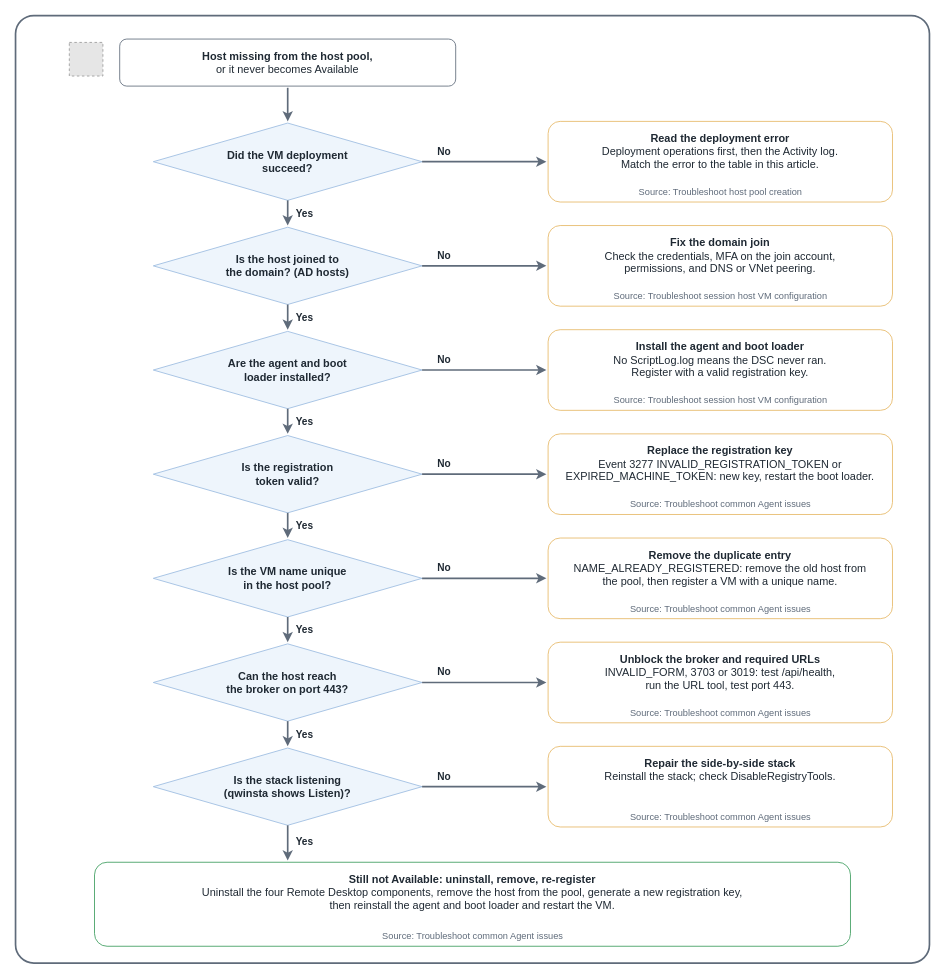
The draw.io diagram src/img/avd/troubleshoot-host-pool-registration-failures.drawio in AddySidd27/cloud-ai-notes, before the edit. Source tidied: cells renumbered, new cells numbered last; positions are measured from the earlier drawing's top-left corner, leaving out a move shared by most shapes. Both pictures are drawn from the tidied source at 84%, with x=0, y=0 at pixel (15, 15). Pictures stored in the file or linked from it are replaced by grey dashed boxes.
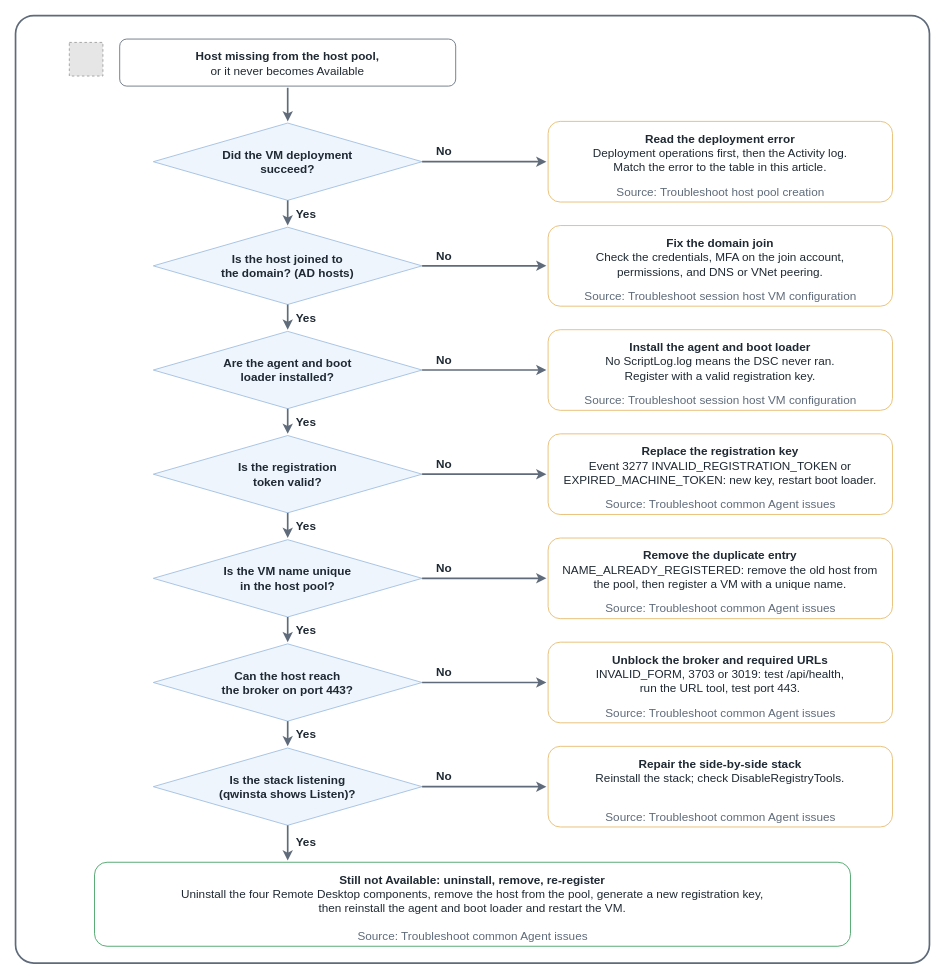
The same page after the edit.

Change to the diagram source:
```diff
@@
-    <mxCell id="4" value="&lt;b&gt;Host missing from the host pool,&lt;/b&gt;&lt;br&gt;or it never becomes Available" style="rounded=1;whiteSpace=wrap;html=1;fillColor=#ffffff;strokeColor=#5f6b7a;fontSize=13;fontColor=#1f2933;verticalAlign=top;spacingTop=6;" parent="1" vertex="1">
+    <mxCell id="4" value="&lt;b&gt;Host missing from the host pool,&lt;/b&gt;&lt;br&gt;or it never becomes Available" style="rounded=1;whiteSpace=wrap;html=1;fillColor=#ffffff;strokeColor=#5f6b7a;fontSize=14;fontColor=#1f2933;verticalAlign=top;spacingTop=6;" parent="1" vertex="1">
       <mxGeometry x="124" y="28" width="400" height="56" as="geometry" />
     </mxCell>
@@
-    <mxCell id="6" value="&lt;b&gt;Did the VM deployment&lt;br&gt;succeed?&lt;/b&gt;" style="rhombus;whiteSpace=wrap;html=1;fillColor=#eef5fc;strokeColor=#9bbbe0;fontSize=13;fontColor=#1f2933;" parent="1" vertex="1">
+    <mxCell id="6" value="&lt;b&gt;Did the VM deployment&lt;br&gt;succeed?&lt;/b&gt;" style="rhombus;whiteSpace=wrap;html=1;fillColor=#eef5fc;strokeColor=#9bbbe0;fontSize=14;fontColor=#1f2933;" parent="1" vertex="1">
       <mxGeometry x="164" y="128" width="320" height="92" as="geometry" />
     </mxCell>
-    <mxCell id="7" value="&lt;b&gt;Read the deployment error&lt;/b&gt;&lt;br&gt;Deployment operations first, then the Activity log.&lt;br&gt;Match the error to the table in this article." style="rounded=1;whiteSpace=wrap;html=1;fillColor=#ffffff;strokeColor=#e6b866;fontSize=13;fontColor=#1f2933;verticalAlign=top;spacingTop=6;" parent="1" vertex="1">
+    <mxCell id="7" value="&lt;b&gt;Read the deployment error&lt;/b&gt;&lt;br&gt;Deployment operations first, then the Activity log.&lt;br&gt;Match the error to the table in this article." style="rounded=1;whiteSpace=wrap;html=1;fillColor=#ffffff;strokeColor=#e6b866;fontSize=14;fontColor=#1f2933;verticalAlign=top;spacingTop=6;" parent="1" vertex="1">
       <mxGeometry x="634" y="126" width="410" height="96" as="geometry" />
     </mxCell>
-    <mxCell id="8" value="Source: Troubleshoot host pool creation" style="text;html=1;align=center;verticalAlign=middle;fontSize=11;fontColor=#5f6b7a;" parent="1" vertex="1">
+    <mxCell id="8" value="Source: Troubleshoot host pool creation" style="text;html=1;align=center;verticalAlign=middle;fontSize=14;fontColor=#5f6b7a;" parent="1" vertex="1">
       <mxGeometry x="634" y="198" width="410" height="24" as="geometry" />
     </mxCell>
@@
-    <mxCell id="10" value="&lt;b&gt;No&lt;/b&gt;" style="text;html=1;align=center;verticalAlign=middle;fontSize=12;fontColor=#1f2933;" parent="1" vertex="1">
+    <mxCell id="10" value="&lt;b&gt;No&lt;/b&gt;" style="text;html=1;align=center;verticalAlign=middle;fontSize=14;fontColor=#1f2933;" parent="1" vertex="1">
       <mxGeometry x="490" y="150" width="40" height="24" as="geometry" />
     </mxCell>
@@
-    <mxCell id="12" value="&lt;b&gt;Yes&lt;/b&gt;" style="text;html=1;align=left;verticalAlign=middle;fontSize=12;fontColor=#1f2933;" parent="1" vertex="1">
+    <mxCell id="12" value="&lt;b&gt;Yes&lt;/b&gt;" style="text;html=1;align=left;verticalAlign=middle;fontSize=14;fontColor=#1f2933;" parent="1" vertex="1">
       <mxGeometry x="332" y="224" width="40" height="24" as="geometry" />
     </mxCell>
-    <mxCell id="13" value="&lt;b&gt;Is the host joined to&lt;br&gt;the domain? (AD hosts)&lt;/b&gt;" style="rhombus;whiteSpace=wrap;html=1;fillColor=#eef5fc;strokeColor=#9bbbe0;fontSize=13;fontColor=#1f2933;" parent="1" vertex="1">
+    <mxCell id="13" value="&lt;b&gt;Is the host joined to&lt;br&gt;the domain? (AD hosts)&lt;/b&gt;" style="rhombus;whiteSpace=wrap;html=1;fillColor=#eef5fc;strokeColor=#9bbbe0;fontSize=14;fontColor=#1f2933;" parent="1" vertex="1">
       <mxGeometry x="164" y="252" width="320" height="92" as="geometry" />
     </mxCell>
-    <mxCell id="14" value="&lt;b&gt;Fix the domain join&lt;/b&gt;&lt;br&gt;Check the credentials, MFA on the join account,&lt;br&gt;permissions, and DNS or VNet peering." style="rounded=1;whiteSpace=wrap;html=1;fillColor=#ffffff;strokeColor=#e6b866;fontSize=13;fontColor=#1f2933;verticalAlign=top;spacingTop=6;" parent="1" vertex="1">
+    <mxCell id="14" value="&lt;b&gt;Fix the domain join&lt;/b&gt;&lt;br&gt;Check the credentials, MFA on the join account,&lt;br&gt;permissions, and DNS or VNet peering." style="rounded=1;whiteSpace=wrap;html=1;fillColor=#ffffff;strokeColor=#e6b866;fontSize=14;fontColor=#1f2933;verticalAlign=top;spacingTop=6;" parent="1" vertex="1">
       <mxGeometry x="634" y="250" width="410" height="96" as="geometry" />
     </mxCell>
-    <mxCell id="15" value="Source: Troubleshoot session host VM configuration" style="text;html=1;align=center;verticalAlign=middle;fontSize=11;fontColor=#5f6b7a;" parent="1" vertex="1">
+    <mxCell id="15" value="Source: Troubleshoot session host VM configuration" style="text;html=1;align=center;verticalAlign=middle;fontSize=14;fontColor=#5f6b7a;" parent="1" vertex="1">
       <mxGeometry x="634" y="322" width="410" height="24" as="geometry" />
     </mxCell>
@@
-    <mxCell id="17" value="&lt;b&gt;No&lt;/b&gt;" style="text;html=1;align=center;verticalAlign=middle;fontSize=12;fontColor=#1f2933;" parent="1" vertex="1">
+    <mxCell id="17" value="&lt;b&gt;No&lt;/b&gt;" style="text;html=1;align=center;verticalAlign=middle;fontSize=14;fontColor=#1f2933;" parent="1" vertex="1">
       <mxGeometry x="490" y="274" width="40" height="24" as="geometry" />
     </mxCell>
@@
-    <mxCell id="19" value="&lt;b&gt;Yes&lt;/b&gt;" style="text;html=1;align=left;verticalAlign=middle;fontSize=12;fontColor=#1f2933;" parent="1" vertex="1">
+    <mxCell id="19" value="&lt;b&gt;Yes&lt;/b&gt;" style="text;html=1;align=left;verticalAlign=middle;fontSize=14;fontColor=#1f2933;" parent="1" vertex="1">
       <mxGeometry x="332" y="348" width="40" height="24" as="geometry" />
     </mxCell>
-    <mxCell id="20" value="&lt;b&gt;Are the agent and boot&lt;br&gt;loader installed?&lt;/b&gt;" style="rhombus;whiteSpace=wrap;html=1;fillColor=#eef5fc;strokeColor=#9bbbe0;fontSize=13;fontColor=#1f2933;" parent="1" vertex="1">
+    <mxCell id="20" value="&lt;b&gt;Are the agent and boot&lt;br&gt;loader installed?&lt;/b&gt;" style="rhombus;whiteSpace=wrap;html=1;fillColor=#eef5fc;strokeColor=#9bbbe0;fontSize=14;fontColor=#1f2933;" parent="1" vertex="1">
       <mxGeometry x="164" y="376" width="320" height="92" as="geometry" />
     </mxCell>
-    <mxCell id="21" value="&lt;b&gt;Install the agent and boot loader&lt;/b&gt;&lt;br&gt;No ScriptLog.log means the DSC never ran.&lt;br&gt;Register with a valid registration key." style="rounded=1;whiteSpace=wrap;html=1;fillColor=#ffffff;strokeColor=#e6b866;fontSize=13;fontColor=#1f2933;verticalAlign=top;spacingTop=6;" parent="1" vertex="1">
+    <mxCell id="21" value="&lt;b&gt;Install the agent and boot loader&lt;/b&gt;&lt;br&gt;No ScriptLog.log means the DSC never ran.&lt;br&gt;Register with a valid registration key." style="rounded=1;whiteSpace=wrap;html=1;fillColor=#ffffff;strokeColor=#e6b866;fontSize=14;fontColor=#1f2933;verticalAlign=top;spacingTop=6;" parent="1" vertex="1">
       <mxGeometry x="634" y="374" width="410" height="96" as="geometry" />
     </mxCell>
-    <mxCell id="22" value="Source: Troubleshoot session host VM configuration" style="text;html=1;align=center;verticalAlign=middle;fontSize=11;fontColor=#5f6b7a;" parent="1" vertex="1">
+    <mxCell id="22" value="Source: Troubleshoot session host VM configuration" style="text;html=1;align=center;verticalAlign=middle;fontSize=14;fontColor=#5f6b7a;" parent="1" vertex="1">
       <mxGeometry x="634" y="446" width="410" height="24" as="geometry" />
     </mxCell>
@@
-    <mxCell id="24" value="&lt;b&gt;No&lt;/b&gt;" style="text;html=1;align=center;verticalAlign=middle;fontSize=12;fontColor=#1f2933;" parent="1" vertex="1">
+    <mxCell id="24" value="&lt;b&gt;No&lt;/b&gt;" style="text;html=1;align=center;verticalAlign=middle;fontSize=14;fontColor=#1f2933;" parent="1" vertex="1">
       <mxGeometry x="490" y="398" width="40" height="24" as="geometry" />
     </mxCell>
@@
-    <mxCell id="26" value="&lt;b&gt;Yes&lt;/b&gt;" style="text;html=1;align=left;verticalAlign=middle;fontSize=12;fontColor=#1f2933;" parent="1" vertex="1">
+    <mxCell id="26" value="&lt;b&gt;Yes&lt;/b&gt;" style="text;html=1;align=left;verticalAlign=middle;fontSize=14;fontColor=#1f2933;" parent="1" vertex="1">
       <mxGeometry x="332" y="472" width="40" height="24" as="geometry" />
     </mxCell>
-    <mxCell id="27" value="&lt;b&gt;Is the registration&lt;br&gt;token valid?&lt;/b&gt;" style="rhombus;whiteSpace=wrap;html=1;fillColor=#eef5fc;strokeColor=#9bbbe0;fontSize=13;fontColor=#1f2933;" parent="1" vertex="1">
+    <mxCell id="27" value="&lt;b&gt;Is the registration&lt;br&gt;token valid?&lt;/b&gt;" style="rhombus;whiteSpace=wrap;html=1;fillColor=#eef5fc;strokeColor=#9bbbe0;fontSize=14;fontColor=#1f2933;" parent="1" vertex="1">
       <mxGeometry x="164" y="500" width="320" height="92" as="geometry" />
     </mxCell>
-    <mxCell id="28" value="&lt;b&gt;Replace the registration key&lt;/b&gt;&lt;br&gt;Event 3277 INVALID_REGISTRATION_TOKEN or&lt;br&gt;EXPIRED_MACHINE_TOKEN: new key, restart the boot loader." style="rounded=1;whiteSpace=wrap;html=1;fillColor=#ffffff;strokeColor=#e6b866;fontSize=13;fontColor=#1f2933;verticalAlign=top;spacingTop=6;" parent="1" vertex="1">
+    <mxCell id="28" value="&lt;b&gt;Replace the registration key&lt;/b&gt;&lt;br&gt;Event 3277 INVALID_REGISTRATION_TOKEN or&lt;br&gt;EXPIRED_MACHINE_TOKEN: new key, restart boot loader." style="rounded=1;whiteSpace=wrap;html=1;fillColor=#ffffff;strokeColor=#e6b866;fontSize=14;fontColor=#1f2933;verticalAlign=top;spacingTop=6;" parent="1" vertex="1">
       <mxGeometry x="634" y="498" width="410" height="96" as="geometry" />
     </mxCell>
-    <mxCell id="29" value="Source: Troubleshoot common Agent issues" style="text;html=1;align=center;verticalAlign=middle;fontSize=11;fontColor=#5f6b7a;" parent="1" vertex="1">
+    <mxCell id="29" value="Source: Troubleshoot common Agent issues" style="text;html=1;align=center;verticalAlign=middle;fontSize=14;fontColor=#5f6b7a;" parent="1" vertex="1">
       <mxGeometry x="634" y="570" width="410" height="24" as="geometry" />
     </mxCell>
@@
-    <mxCell id="31" value="&lt;b&gt;No&lt;/b&gt;" style="text;html=1;align=center;verticalAlign=middle;fontSize=12;fontColor=#1f2933;" parent="1" vertex="1">
+    <mxCell id="31" value="&lt;b&gt;No&lt;/b&gt;" style="text;html=1;align=center;verticalAlign=middle;fontSize=14;fontColor=#1f2933;" parent="1" vertex="1">
       <mxGeometry x="490" y="522" width="40" height="24" as="geometry" />
     </mxCell>
@@
-    <mxCell id="33" value="&lt;b&gt;Yes&lt;/b&gt;" style="text;html=1;align=left;verticalAlign=middle;fontSize=12;fontColor=#1f2933;" parent="1" vertex="1">
+    <mxCell id="33" value="&lt;b&gt;Yes&lt;/b&gt;" style="text;html=1;align=left;verticalAlign=middle;fontSize=14;fontColor=#1f2933;" parent="1" vertex="1">
       <mxGeometry x="332" y="596" width="40" height="24" as="geometry" />
     </mxCell>
-    <mxCell id="34" value="&lt;b&gt;Is the VM name unique&lt;br&gt;in the host pool?&lt;/b&gt;" style="rhombus;whiteSpace=wrap;html=1;fillColor=#eef5fc;strokeColor=#9bbbe0;fontSize=13;fontColor=#1f2933;" parent="1" vertex="1">
+    <mxCell id="34" value="&lt;b&gt;Is the VM name unique&lt;br&gt;in the host pool?&lt;/b&gt;" style="rhombus;whiteSpace=wrap;html=1;fillColor=#eef5fc;strokeColor=#9bbbe0;fontSize=14;fontColor=#1f2933;" parent="1" vertex="1">
       <mxGeometry x="164" y="624" width="320" height="92" as="geometry" />
     </mxCell>
-    <mxCell id="35" value="&lt;b&gt;Remove the duplicate entry&lt;/b&gt;&lt;br&gt;NAME_ALREADY_REGISTERED: remove the old host from&lt;br&gt;the pool, then register a VM with a unique name." style="rounded=1;whiteSpace=wrap;html=1;fillColor=#ffffff;strokeColor=#e6b866;fontSize=13;fontColor=#1f2933;verticalAlign=top;spacingTop=6;" parent="1" vertex="1">
+    <mxCell id="35" value="&lt;b&gt;Remove the duplicate entry&lt;/b&gt;&lt;br&gt;NAME_ALREADY_REGISTERED: remove the old host from&lt;br&gt;the pool, then register a VM with a unique name." style="rounded=1;whiteSpace=wrap;html=1;fillColor=#ffffff;strokeColor=#e6b866;fontSize=14;fontColor=#1f2933;verticalAlign=top;spacingTop=6;" parent="1" vertex="1">
       <mxGeometry x="634" y="622" width="410" height="96" as="geometry" />
     </mxCell>
-    <mxCell id="36" value="Source: Troubleshoot common Agent issues" style="text;html=1;align=center;verticalAlign=middle;fontSize=11;fontColor=#5f6b7a;" parent="1" vertex="1">
+    <mxCell id="36" value="Source: Troubleshoot common Agent issues" style="text;html=1;align=center;verticalAlign=middle;fontSize=14;fontColor=#5f6b7a;" parent="1" vertex="1">
       <mxGeometry x="634" y="694" width="410" height="24" as="geometry" />
     </mxCell>
@@
-    <mxCell id="38" value="&lt;b&gt;No&lt;/b&gt;" style="text;html=1;align=center;verticalAlign=middle;fontSize=12;fontColor=#1f2933;" parent="1" vertex="1">
+    <mxCell id="38" value="&lt;b&gt;No&lt;/b&gt;" style="text;html=1;align=center;verticalAlign=middle;fontSize=14;fontColor=#1f2933;" parent="1" vertex="1">
       <mxGeometry x="490" y="646" width="40" height="24" as="geometry" />
     </mxCell>
@@
-    <mxCell id="40" value="&lt;b&gt;Yes&lt;/b&gt;" style="text;html=1;align=left;verticalAlign=middle;fontSize=12;fontColor=#1f2933;" parent="1" vertex="1">
+    <mxCell id="40" value="&lt;b&gt;Yes&lt;/b&gt;" style="text;html=1;align=left;verticalAlign=middle;fontSize=14;fontColor=#1f2933;" parent="1" vertex="1">
       <mxGeometry x="332" y="720" width="40" height="24" as="geometry" />
     </mxCell>
-    <mxCell id="41" value="&lt;b&gt;Can the host reach&lt;br&gt;the broker on port 443?&lt;/b&gt;" style="rhombus;whiteSpace=wrap;html=1;fillColor=#eef5fc;strokeColor=#9bbbe0;fontSize=13;fontColor=#1f2933;" parent="1" vertex="1">
+    <mxCell id="41" value="&lt;b&gt;Can the host reach&lt;br&gt;the broker on port 443?&lt;/b&gt;" style="rhombus;whiteSpace=wrap;html=1;fillColor=#eef5fc;strokeColor=#9bbbe0;fontSize=14;fontColor=#1f2933;" parent="1" vertex="1">
       <mxGeometry x="164" y="748" width="320" height="92" as="geometry" />
     </mxCell>
-    <mxCell id="42" value="&lt;b&gt;Unblock the broker and required URLs&lt;/b&gt;&lt;br&gt;INVALID_FORM, 3703 or 3019: test /api/health,&lt;br&gt;run the URL tool, test port 443." style="rounded=1;whiteSpace=wrap;html=1;fillColor=#ffffff;strokeColor=#e6b866;fontSize=13;fontColor=#1f2933;verticalAlign=top;spacingTop=6;" parent="1" vertex="1">
+    <mxCell id="42" value="&lt;b&gt;Unblock the broker and required URLs&lt;/b&gt;&lt;br&gt;INVALID_FORM, 3703 or 3019: test /api/health,&lt;br&gt;run the URL tool, test port 443." style="rounded=1;whiteSpace=wrap;html=1;fillColor=#ffffff;strokeColor=#e6b866;fontSize=14;fontColor=#1f2933;verticalAlign=top;spacingTop=6;" parent="1" vertex="1">
       <mxGeometry x="634" y="746" width="410" height="96" as="geometry" />
     </mxCell>
-    <mxCell id="43" value="Source: Troubleshoot common Agent issues" style="text;html=1;align=center;verticalAlign=middle;fontSize=11;fontColor=#5f6b7a;" parent="1" vertex="1">
+    <mxCell id="43" value="Source: Troubleshoot common Agent issues" style="text;html=1;align=center;verticalAlign=middle;fontSize=14;fontColor=#5f6b7a;" parent="1" vertex="1">
       <mxGeometry x="634" y="818" width="410" height="24" as="geometry" />
     </mxCell>
@@
-    <mxCell id="45" value="&lt;b&gt;No&lt;/b&gt;" style="text;html=1;align=center;verticalAlign=middle;fontSize=12;fontColor=#1f2933;" parent="1" vertex="1">
+    <mxCell id="45" value="&lt;b&gt;No&lt;/b&gt;" style="text;html=1;align=center;verticalAlign=middle;fontSize=14;fontColor=#1f2933;" parent="1" vertex="1">
       <mxGeometry x="490" y="770" width="40" height="24" as="geometry" />
     </mxCell>
@@
-    <mxCell id="47" value="&lt;b&gt;Yes&lt;/b&gt;" style="text;html=1;align=left;verticalAlign=middle;fontSize=12;fontColor=#1f2933;" parent="1" vertex="1">
+    <mxCell id="47" value="&lt;b&gt;Yes&lt;/b&gt;" style="text;html=1;align=left;verticalAlign=middle;fontSize=14;fontColor=#1f2933;" parent="1" vertex="1">
       <mxGeometry x="332" y="844" width="40" height="24" as="geometry" />
     </mxCell>
-    <mxCell id="48" value="&lt;b&gt;Is the stack listening&lt;br&gt;(qwinsta shows Listen)?&lt;/b&gt;" style="rhombus;whiteSpace=wrap;html=1;fillColor=#eef5fc;strokeColor=#9bbbe0;fontSize=13;fontColor=#1f2933;" parent="1" vertex="1">
+    <mxCell id="48" value="&lt;b&gt;Is the stack listening&lt;br&gt;(qwinsta shows Listen)?&lt;/b&gt;" style="rhombus;whiteSpace=wrap;html=1;fillColor=#eef5fc;strokeColor=#9bbbe0;fontSize=14;fontColor=#1f2933;" parent="1" vertex="1">
       <mxGeometry x="164" y="872" width="320" height="92" as="geometry" />
     </mxCell>
-    <mxCell id="49" value="&lt;b&gt;Repair the side-by-side stack&lt;/b&gt;&lt;br&gt;Reinstall the stack; check DisableRegistryTools." style="rounded=1;whiteSpace=wrap;html=1;fillColor=#ffffff;strokeColor=#e6b866;fontSize=13;fontColor=#1f2933;verticalAlign=top;spacingTop=6;" parent="1" vertex="1">
+    <mxCell id="49" value="&lt;b&gt;Repair the side-by-side stack&lt;/b&gt;&lt;br&gt;Reinstall the stack; check DisableRegistryTools." style="rounded=1;whiteSpace=wrap;html=1;fillColor=#ffffff;strokeColor=#e6b866;fontSize=14;fontColor=#1f2933;verticalAlign=top;spacingTop=6;" parent="1" vertex="1">
       <mxGeometry x="634" y="870" width="410" height="96" as="geometry" />
     </mxCell>
-    <mxCell id="50" value="Source: Troubleshoot common Agent issues" style="text;html=1;align=center;verticalAlign=middle;fontSize=11;fontColor=#5f6b7a;" parent="1" vertex="1">
+    <mxCell id="50" value="Source: Troubleshoot common Agent issues" style="text;html=1;align=center;verticalAlign=middle;fontSize=14;fontColor=#5f6b7a;" parent="1" vertex="1">
       <mxGeometry x="634" y="942" width="410" height="24" as="geometry" />
     </mxCell>
@@
-    <mxCell id="52" value="&lt;b&gt;No&lt;/b&gt;" style="text;html=1;align=center;verticalAlign=middle;fontSize=12;fontColor=#1f2933;" parent="1" vertex="1">
+    <mxCell id="52" value="&lt;b&gt;No&lt;/b&gt;" style="text;html=1;align=center;verticalAlign=middle;fontSize=14;fontColor=#1f2933;" parent="1" vertex="1">
       <mxGeometry x="490" y="894" width="40" height="24" as="geometry" />
     </mxCell>
@@
-    <mxCell id="54" value="&lt;b&gt;Yes&lt;/b&gt;" style="text;html=1;align=left;verticalAlign=middle;fontSize=12;fontColor=#1f2933;" parent="1" vertex="1">
+    <mxCell id="54" value="&lt;b&gt;Yes&lt;/b&gt;" style="text;html=1;align=left;verticalAlign=middle;fontSize=14;fontColor=#1f2933;" parent="1" vertex="1">
       <mxGeometry x="332" y="972" width="60" height="24" as="geometry" />
     </mxCell>
-    <mxCell id="55" value="&lt;b&gt;Still not Available: uninstall, remove, re-register&lt;/b&gt;&lt;br&gt;Uninstall the four Remote Desktop components, remove the host from the pool, generate a new registration key,&lt;br&gt;then reinstall the agent and boot loader and restart the VM." style="rounded=1;whiteSpace=wrap;html=1;fillColor=#ffffff;strokeColor=#3c9d5d;fontSize=13;fontColor=#1f2933;verticalAlign=top;spacingTop=6;" parent="1" vertex="1">
+    <mxCell id="55" value="&lt;b&gt;Still not Available: uninstall, remove, re-register&lt;/b&gt;&lt;br&gt;Uninstall the four Remote Desktop components, remove the host from the pool, generate a new registration key,&lt;br&gt;then reinstall the agent and boot loader and restart the VM." style="rounded=1;whiteSpace=wrap;html=1;fillColor=#ffffff;strokeColor=#3c9d5d;fontSize=14;fontColor=#1f2933;verticalAlign=top;spacingTop=6;" parent="1" vertex="1">
       <mxGeometry x="94" y="1008" width="900" height="100" as="geometry" />
     </mxCell>
-    <mxCell id="56" value="Source: Troubleshoot common Agent issues" style="text;html=1;align=center;verticalAlign=middle;fontSize=11;fontColor=#5f6b7a;" parent="1" vertex="1">
+    <mxCell id="56" value="Source: Troubleshoot common Agent issues" style="text;html=1;align=center;verticalAlign=middle;fontSize=14;fontColor=#5f6b7a;" parent="1" vertex="1">
       <mxGeometry x="94" y="1084" width="900" height="24" as="geometry" />
     </mxCell>
```
